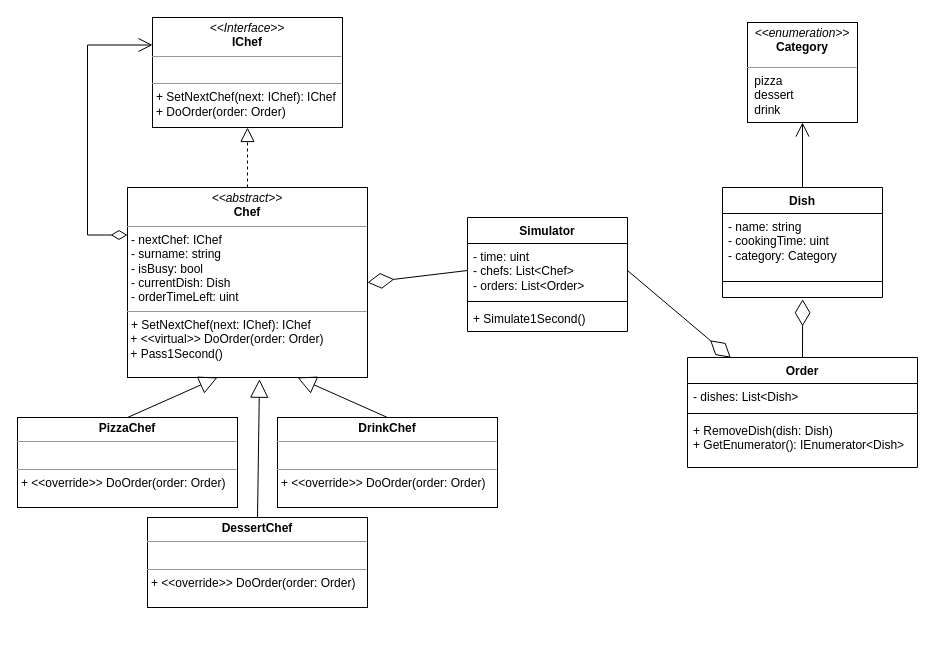
This is Home_task_9/Task_9_Diagram.drawio from Aviumy/SSWU_RomanSalo_NET_CAMP, a draw.io file, before an edit. Source tidied: cells renumbered, new cells numbered last; positions are measured from the earlier drawing's top-left corner, leaving out a move shared by most shapes. Both pictures are drawn from the tidied source at 100%, with x=0, y=0 at pixel (17, 17).
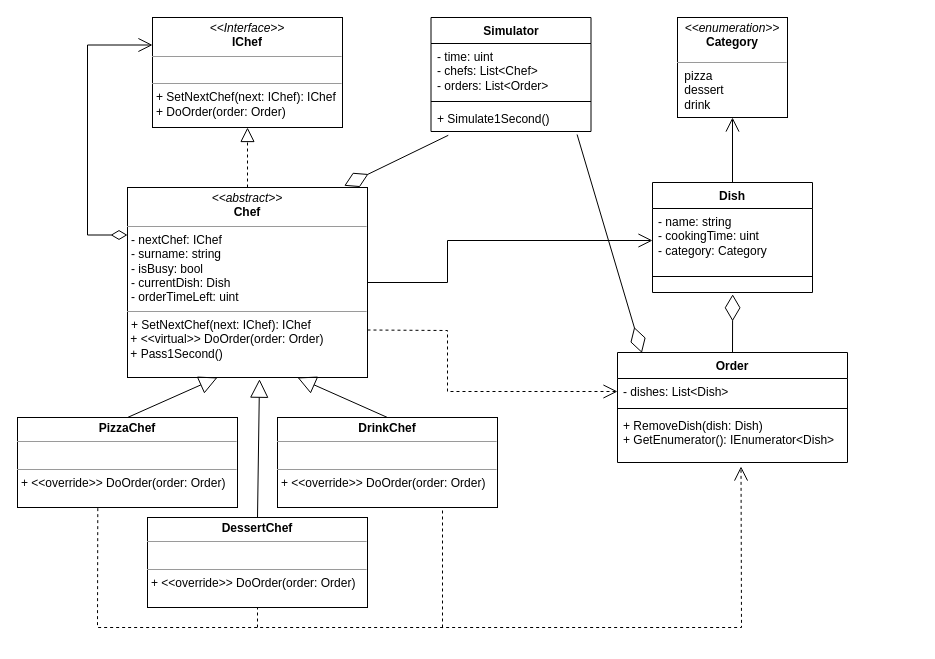
After the change.

Commit message (it also covers changes not shown here):
9: add few forgotten relations

Unchanged cells that the change refers to:
```xml
<mxCell id="3" value="&lt;p style=&quot;margin:0px;margin-top:4px;text-align:center;&quot;&gt;&lt;i&gt;&amp;lt;&amp;lt;abstract&amp;gt;&amp;gt;&lt;/i&gt;&lt;br&gt;&lt;b&gt;Chef&lt;/b&gt;&lt;/p&gt;&lt;hr size=&quot;1&quot;&gt;&lt;p style=&quot;margin:0px;margin-left:4px;&quot;&gt;- nextChef: IChef&lt;br&gt;- surname: string&lt;/p&gt;&lt;p style=&quot;margin:0px;margin-left:4px;&quot;&gt;- isBusy: bool&lt;/p&gt;&lt;p style=&quot;margin:0px;margin-left:4px;&quot;&gt;- currentDish: Dish&lt;/p&gt;&lt;p style=&quot;margin:0px;margin-left:4px;&quot;&gt;- orderTimeLeft: uint&lt;/p&gt;&lt;hr size=&quot;1&quot;&gt;&lt;p style=&quot;margin:0px;margin-left:4px;&quot;&gt;&lt;span style=&quot;background-color: initial;&quot;&gt;+ SetNextChef(next: IChef): IChef&lt;/span&gt;&lt;br&gt;&lt;/p&gt;&amp;nbsp;+ &amp;lt;&amp;lt;virtual&amp;gt;&amp;gt;&amp;nbsp;DoOrder(order: Order)&lt;br&gt;&amp;nbsp;+ Pass1Second()" style="verticalAlign=top;align=left;overflow=fill;fontSize=12;fontFamily=Helvetica;html=1;whiteSpace=wrap;" parent="1" vertex="1">
  <mxGeometry x="110" y="170" width="240" height="190" as="geometry" />
</mxCell>
<mxCell id="5" value="&lt;p style=&quot;margin:0px;margin-top:4px;text-align:center;&quot;&gt;&lt;b&gt;PizzaChef&lt;/b&gt;&lt;/p&gt;&lt;hr size=&quot;1&quot;&gt;&lt;p style=&quot;margin:0px;margin-left:4px;&quot;&gt;&lt;br&gt;&lt;/p&gt;&lt;hr size=&quot;1&quot;&gt;&lt;p style=&quot;margin:0px;margin-left:4px;&quot;&gt;+ &amp;lt;&amp;lt;override&amp;gt;&amp;gt;&amp;nbsp;DoOrder(order: Order)&lt;br&gt;&lt;/p&gt;" style="verticalAlign=top;align=left;overflow=fill;fontSize=12;fontFamily=Helvetica;html=1;whiteSpace=wrap;" parent="1" vertex="1">
  <mxGeometry y="400" width="220" height="90" as="geometry" />
</mxCell>
<mxCell id="6" value="&lt;p style=&quot;margin:0px;margin-top:4px;text-align:center;&quot;&gt;&lt;b&gt;DrinkChef&lt;/b&gt;&lt;/p&gt;&lt;hr size=&quot;1&quot;&gt;&lt;p style=&quot;margin:0px;margin-left:4px;&quot;&gt;&lt;br&gt;&lt;/p&gt;&lt;hr size=&quot;1&quot;&gt;&lt;p style=&quot;margin:0px;margin-left:4px;&quot;&gt;+ &amp;lt;&amp;lt;override&amp;gt;&amp;gt;&amp;nbsp;DoOrder(order: Order)&lt;br&gt;&lt;/p&gt;" style="verticalAlign=top;align=left;overflow=fill;fontSize=12;fontFamily=Helvetica;html=1;whiteSpace=wrap;" parent="1" vertex="1">
  <mxGeometry x="260" y="400" width="220" height="90" as="geometry" />
</mxCell>
<mxCell id="7" value="&lt;p style=&quot;margin:0px;margin-top:4px;text-align:center;&quot;&gt;&lt;b&gt;DessertChef&lt;/b&gt;&lt;/p&gt;&lt;hr size=&quot;1&quot;&gt;&lt;p style=&quot;margin:0px;margin-left:4px;&quot;&gt;&lt;br&gt;&lt;/p&gt;&lt;hr size=&quot;1&quot;&gt;&lt;p style=&quot;margin:0px;margin-left:4px;&quot;&gt;+ &amp;lt;&amp;lt;override&amp;gt;&amp;gt;&amp;nbsp;DoOrder(order: Order)&lt;br&gt;&lt;/p&gt;" style="verticalAlign=top;align=left;overflow=fill;fontSize=12;fontFamily=Helvetica;html=1;whiteSpace=wrap;" parent="1" vertex="1">
  <mxGeometry x="130" y="500" width="220" height="90" as="geometry" />
</mxCell>
<mxCell id="13" value="- name: string&lt;br&gt;- cookingTime: uint&lt;br&gt;- category: Category" style="text;strokeColor=none;fillColor=none;align=left;verticalAlign=top;spacingLeft=4;spacingRight=4;overflow=hidden;points=[[0,0.5],[1,0.5]];portConstraint=eastwest;whiteSpace=wrap;html=1;" parent="12" vertex="1">
  <mxGeometry y="26" width="160" height="64" as="geometry" />
</mxCell>
<mxCell id="17" value="- dishes:&amp;nbsp;List&amp;lt;Dish&amp;gt;" style="text;strokeColor=none;fillColor=none;align=left;verticalAlign=top;spacingLeft=4;spacingRight=4;overflow=hidden;points=[[0,0.5],[1,0.5]];portConstraint=eastwest;whiteSpace=wrap;html=1;" parent="16" vertex="1">
  <mxGeometry y="26" width="230" height="26" as="geometry" />
</mxCell>
<mxCell id="19" value="+ RemoveDish(dish: Dish)&lt;br&gt;+&amp;nbsp;GetEnumerator():&amp;nbsp;IEnumerator&amp;lt;Dish&amp;gt;" style="text;strokeColor=none;fillColor=none;align=left;verticalAlign=top;spacingLeft=4;spacingRight=4;overflow=hidden;points=[[0,0.5],[1,0.5]];portConstraint=eastwest;whiteSpace=wrap;html=1;" parent="16" vertex="1">
  <mxGeometry y="60" width="230" height="50" as="geometry" />
</mxCell>
<mxCell id="21" value="- time: uint&lt;br&gt;- chefs:&amp;nbsp;List&amp;lt;Chef&amp;gt;&lt;br&gt;- orders:&amp;nbsp;List&amp;lt;Order&amp;gt;" style="text;strokeColor=none;fillColor=none;align=left;verticalAlign=top;spacingLeft=4;spacingRight=4;overflow=hidden;points=[[0,0.5],[1,0.5]];portConstraint=eastwest;whiteSpace=wrap;html=1;" parent="20" vertex="1">
  <mxGeometry y="26" width="160" height="54" as="geometry" />
</mxCell>
<mxCell id="23" value="+ Simulate1Second()" style="text;strokeColor=none;fillColor=none;align=left;verticalAlign=top;spacingLeft=4;spacingRight=4;overflow=hidden;points=[[0,0.5],[1,0.5]];portConstraint=eastwest;whiteSpace=wrap;html=1;" parent="20" vertex="1">
  <mxGeometry y="88" width="160" height="26" as="geometry" />
</mxCell>
```

Change to the diagram source:
```diff
@@
     <mxCell id="12" value="Dish" style="swimlane;fontStyle=1;align=center;verticalAlign=top;horizontal=1;startSize=26;whiteSpace=wrap;html=1;" parent="1" vertex="1">
-      <mxGeometry x="705" y="170" width="160" height="110" as="geometry" />
+      <mxGeometry x="635" y="165" width="160" height="110" as="geometry" />
     </mxCell>
@@
     <mxCell id="16" value="Order" style="swimlane;fontStyle=1;align=center;verticalAlign=top;horizontal=1;startSize=26;whiteSpace=wrap;html=1;" parent="1" vertex="1">
-      <mxGeometry x="670" y="340" width="230" height="110" as="geometry" />
+      <mxGeometry x="600" y="335" width="230" height="110" as="geometry" />
     </mxCell>
@@
     <mxCell id="20" value="Simulator" style="swimlane;fontStyle=1;align=center;verticalAlign=top;horizontal=1;startSize=26;whiteSpace=wrap;html=1;" parent="1" vertex="1">
-      <mxGeometry x="450" y="200" width="160" height="114" as="geometry" />
+      <mxGeometry x="413.5" width="160" height="114" as="geometry" />
     </mxCell>
@@
     <mxCell id="24" value="&lt;p style=&quot;margin: 4px 0px 0px;&quot;&gt;&lt;/p&gt;&lt;div style=&quot;text-align: center;&quot;&gt;&lt;i style=&quot;background-color: initial;&quot;&gt;&amp;lt;&amp;lt;enumeration&amp;gt;&amp;gt;&lt;/i&gt;&lt;/div&gt;&lt;b&gt;&lt;div style=&quot;text-align: center;&quot;&gt;&lt;b style=&quot;background-color: initial;&quot;&gt;Category&lt;/b&gt;&lt;/div&gt;&lt;/b&gt;&lt;p&gt;&lt;/p&gt;&lt;hr size=&quot;1&quot;&gt;&lt;p style=&quot;margin:0px;margin-left:4px;&quot;&gt;&amp;nbsp;pizza&lt;/p&gt;&lt;p style=&quot;margin:0px;margin-left:4px;&quot;&gt;&amp;nbsp;dessert&lt;/p&gt;&lt;p style=&quot;margin:0px;margin-left:4px;&quot;&gt;&amp;nbsp;drink&lt;/p&gt;&lt;p style=&quot;margin:0px;margin-left:4px;&quot;&gt;&lt;br&gt;&lt;/p&gt;" style="verticalAlign=top;align=left;overflow=fill;fontSize=12;fontFamily=Helvetica;html=1;whiteSpace=wrap;" parent="1" vertex="1">
-      <mxGeometry x="730" y="5" width="110" height="100" as="geometry" />
+      <mxGeometry x="660" width="110" height="100" as="geometry" />
     </mxCell>
@@
-    <mxCell id="27" style="endArrow=diamondThin;endFill=0;endSize=24;html=1;rounded=0;exitX=1;exitY=0.5;exitDx=0;exitDy=0;entryX=0.188;entryY=0.002;entryDx=0;entryDy=0;entryPerimeter=0;" parent="1" edge="1" source="21" target="16">
+    <mxCell id="27" style="endArrow=diamondThin;endFill=0;endSize=24;html=1;rounded=0;exitX=0.913;exitY=1.115;exitDx=0;exitDy=0;entryX=0.106;entryY=0.004;entryDx=0;entryDy=0;entryPerimeter=0;exitPerimeter=0;" parent="1" edge="1" source="23" target="16">
       <mxGeometry relative="1" as="geometry" />
     </mxCell>
-    <mxCell id="28" style="endArrow=diamondThin;endFill=0;endSize=24;html=1;rounded=0;exitX=0;exitY=0.5;exitDx=0;exitDy=0;entryX=1;entryY=0.5;entryDx=0;entryDy=0;" parent="1" edge="1" source="21" target="3">
+    <mxCell id="28" style="endArrow=diamondThin;endFill=0;endSize=24;html=1;rounded=0;exitX=0.108;exitY=1.146;exitDx=0;exitDy=0;entryX=0.903;entryY=-0.009;entryDx=0;entryDy=0;entryPerimeter=0;exitPerimeter=0;" parent="1" edge="1" source="23" target="3">
       <mxGeometry relative="1" as="geometry" />
     </mxCell>
+    <mxCell id="29" style="endArrow=open;endSize=12;dashed=1;html=1;rounded=0;exitX=1;exitY=0.75;exitDx=0;exitDy=0;entryX=0;entryY=0.5;entryDx=0;entryDy=0;" parent="1" edge="1" source="3" target="17">
+      <mxGeometry relative="1" as="geometry">
+        <Array as="points">
+          <mxPoint x="430" y="313" />
+          <mxPoint x="430" y="374" />
+        </Array>
+      </mxGeometry>
+    </mxCell>
+    <mxCell id="30" style="endArrow=open;endFill=1;endSize=12;html=1;rounded=0;exitX=1;exitY=0.5;exitDx=0;exitDy=0;entryX=0;entryY=0.5;entryDx=0;entryDy=0;" parent="1" edge="1" source="3" target="13">
+      <mxGeometry relative="1" as="geometry">
+        <Array as="points">
+          <mxPoint x="430" y="265" />
+          <mxPoint x="430" y="223" />
+        </Array>
+      </mxGeometry>
+    </mxCell>
+    <mxCell id="31" style="endArrow=open;endSize=12;dashed=1;html=1;rounded=0;exitX=0.365;exitY=1.007;exitDx=0;exitDy=0;exitPerimeter=0;entryX=0.537;entryY=1.08;entryDx=0;entryDy=0;entryPerimeter=0;" parent="1" edge="1" source="5" target="19">
+      <mxGeometry relative="1" as="geometry">
+        <Array as="points">
+          <mxPoint x="80" y="610" />
+          <mxPoint x="724" y="610" />
+        </Array>
+      </mxGeometry>
+    </mxCell>
+    <mxCell id="32" style="endArrow=none;dashed=1;html=1;rounded=0;entryX=0.5;entryY=1;entryDx=0;entryDy=0;" parent="1" edge="1" target="7">
+      <mxGeometry relative="1" as="geometry">
+        <mxPoint x="240" y="610" as="sourcePoint" />
+      </mxGeometry>
+    </mxCell>
+    <mxCell id="33" style="endArrow=none;dashed=1;html=1;rounded=0;entryX=0.75;entryY=1;entryDx=0;entryDy=0;" parent="1" edge="1" target="6">
+      <mxGeometry relative="1" as="geometry">
+        <mxPoint x="425" y="610" as="sourcePoint" />
+      </mxGeometry>
+    </mxCell>
```
